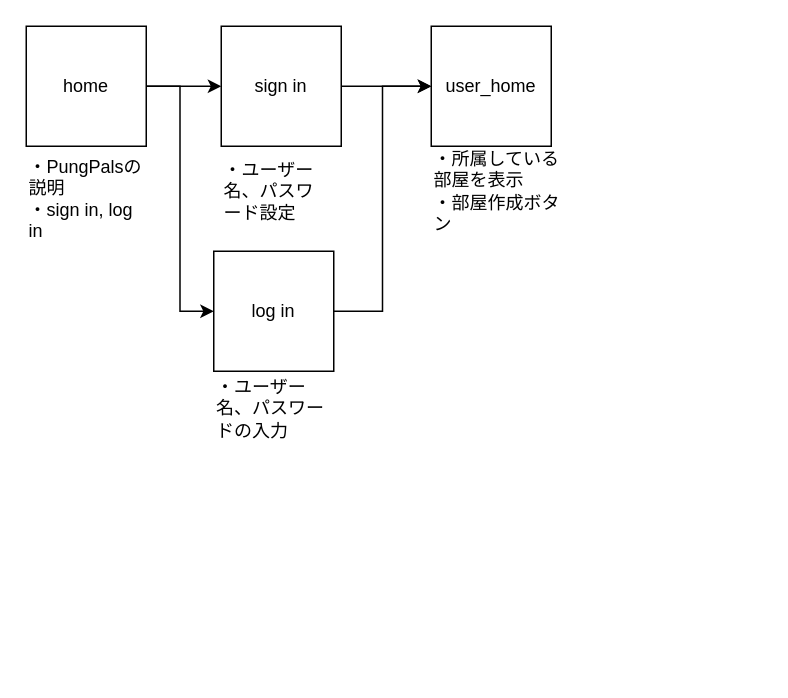
Before: PungPals_screen.drawio in kechigon/PungPals, a draw.io diagram. Source tidied: cells renumbered, new cells numbered last; positions are measured from the earlier drawing's top-left corner, leaving out a move shared by most shapes. Both pictures are drawn from the tidied source at 150%, with x=0, y=0 at pixel (26, 26).
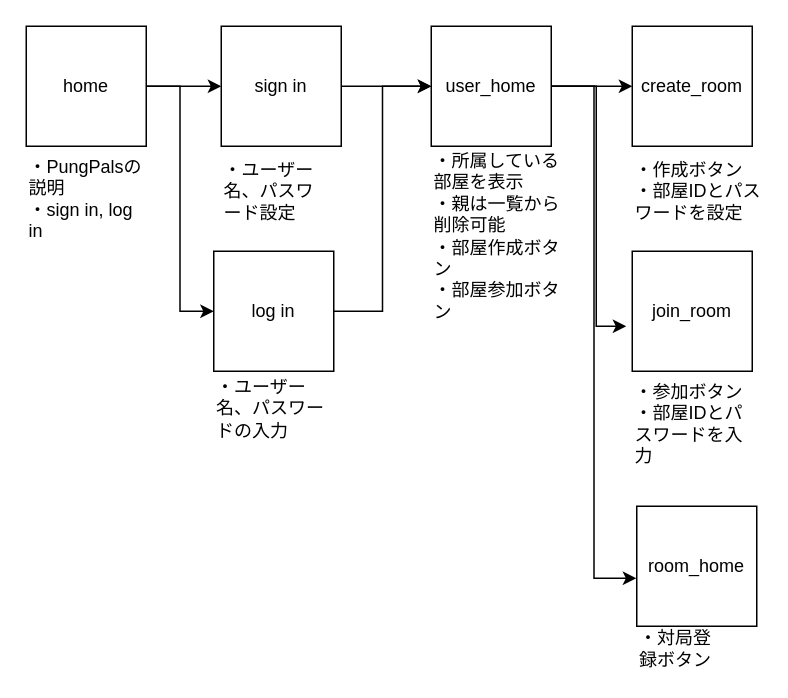
After the change.

Commit message:
PungPals_screen.drawio を更新します

Unchanged cells that the change refers to:
```xml
<mxCell id="12" value="user_home" style="whiteSpace=wrap;html=1;" parent="1" vertex="1">
  <mxGeometry x="270" width="80" height="80" as="geometry" />
</mxCell>
```

What changed in the source:
```diff
@@
+    <mxCell id="14" style="edgeStyle=orthogonalEdgeStyle;rounded=0;jettySize=auto;html=1;entryX=0;entryY=0.5;entryDx=0;entryDy=0;" parent="1" edge="1" source="12" target="15">
+      <mxGeometry relative="1" as="geometry" />
+    </mxCell>
@@
-    <mxCell id="13" value="・所属している部屋を表示&lt;br&gt;・部屋作成ボタン" style="text;html=1;strokeColor=none;fillColor=none;align=left;verticalAlign=middle;whiteSpace=wrap;rounded=0;" parent="1" vertex="1">
-      <mxGeometry x="270" y="80" width="90" height="60" as="geometry" />
+    <mxCell id="13" value="・所属している部屋を表示&lt;br&gt;・親は一覧から削除可能&lt;br&gt;・部屋作成ボタン&lt;br&gt;・部屋参加ボタン" style="text;html=1;strokeColor=none;fillColor=none;align=left;verticalAlign=middle;whiteSpace=wrap;rounded=0;" parent="1" vertex="1">
+      <mxGeometry x="270" y="80" width="90" height="120" as="geometry" />
     </mxCell>
+    <mxCell id="15" value="create_room" style="whiteSpace=wrap;html=1;" parent="1" vertex="1">
+      <mxGeometry x="404" width="80" height="80" as="geometry" />
+    </mxCell>
+    <mxCell id="16" value="・作成ボタン&lt;br&gt;・部屋IDとパスワードを設定" style="text;html=1;strokeColor=none;fillColor=none;align=left;verticalAlign=middle;whiteSpace=wrap;rounded=0;" parent="1" vertex="1">
+      <mxGeometry x="404" y="80" width="86" height="60" as="geometry" />
+    </mxCell>
+    <mxCell id="17" value="join_room" style="whiteSpace=wrap;html=1;" parent="1" vertex="1">
+      <mxGeometry x="404" y="150" width="80" height="80" as="geometry" />
+    </mxCell>
+    <mxCell id="18" value="・参加ボタン&lt;br&gt;・部屋IDとパスワードを入力" style="text;html=1;strokeColor=none;fillColor=none;align=left;verticalAlign=middle;whiteSpace=wrap;rounded=0;" parent="1" vertex="1">
+      <mxGeometry x="404" y="230" width="76" height="70" as="geometry" />
+    </mxCell>
+    <mxCell id="19" style="edgeStyle=orthogonalEdgeStyle;rounded=0;jettySize=auto;html=1;entryX=-0.05;entryY=0.625;entryDx=0;entryDy=0;entryPerimeter=0;" parent="1" edge="1" source="12" target="17">
+      <mxGeometry relative="1" as="geometry">
+        <Array as="points">
+          <mxPoint x="380" y="40" />
+          <mxPoint x="380" y="200" />
+        </Array>
+      </mxGeometry>
+    </mxCell>
+    <mxCell id="20" value="room_home" style="whiteSpace=wrap;html=1;" parent="1" vertex="1">
+      <mxGeometry x="407" y="320" width="80" height="80" as="geometry" />
+    </mxCell>
+    <mxCell id="21" style="edgeStyle=orthogonalEdgeStyle;rounded=0;jettySize=auto;html=1;entryX=-0.004;entryY=0.6;entryDx=0;entryDy=0;entryPerimeter=0;" parent="1" edge="1" source="12" target="20">
+      <mxGeometry relative="1" as="geometry" />
+    </mxCell>
+    <mxCell id="22" value="・対局登録ボタン" style="text;html=1;strokeColor=none;fillColor=none;align=left;verticalAlign=middle;whiteSpace=wrap;rounded=0;" parent="1" vertex="1">
+      <mxGeometry x="407" y="400" width="60" height="30" as="geometry" />
+    </mxCell>
```
